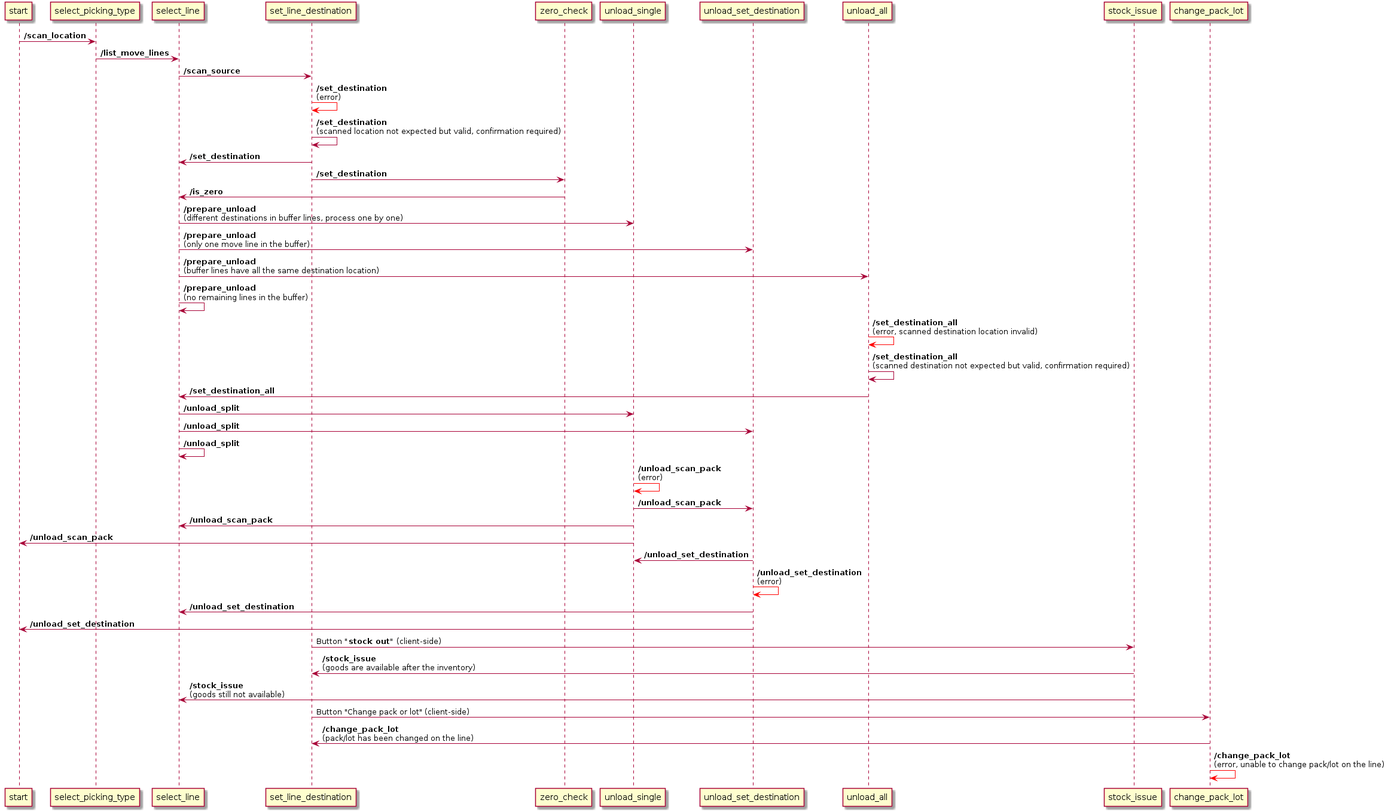
Earlier version of the PlantUML export shopfloor/docs/zone_picking_diag_seq.png (camptocamp/wms).
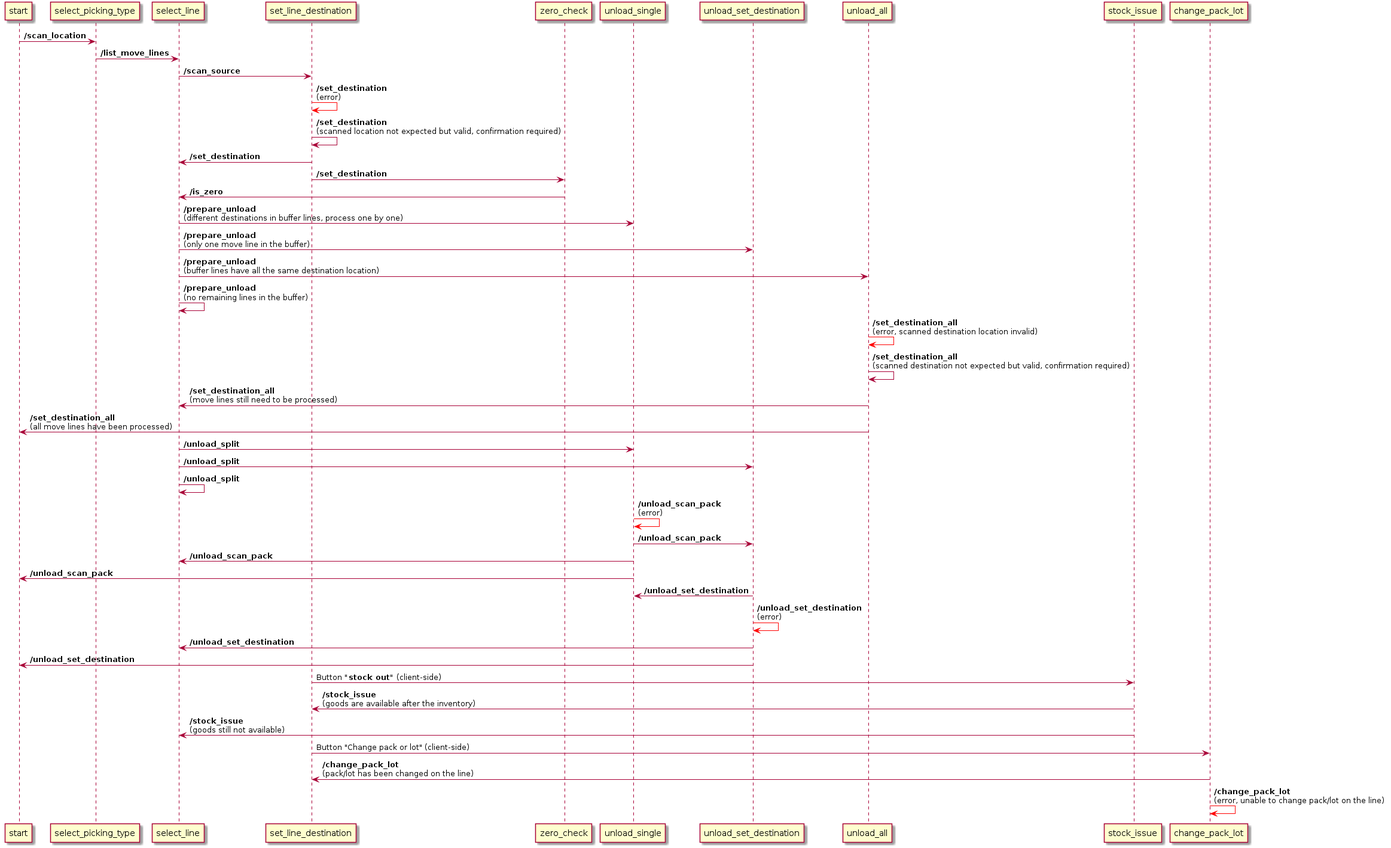
The same diagram one commit later.

Commit message:
fixup! [DOC] shopfloor: zone_picking sequence diagram

Change to the diagram source:
```diff
@@ -14,7 +14,8 @@
 select_line -> select_line: **/prepare_unload** \n(no remaining lines in the buffer)
 unload_all -[#red]> unload_all: **/set_destination_all** \n(error, scanned destination location invalid)
 unload_all -> unload_all: **/set_destination_all** \n(scanned destination not expected but valid, confirmation required)
-unload_all -> select_line: **/set_destination_all**
+unload_all -> select_line: **/set_destination_all** \n(move lines still need to be processed)
+unload_all -> start: **/set_destination_all** \n(all move lines have been processed)
 select_line -> unload_single: **/unload_split**
 select_line -> unload_set_destination: **/unload_split**
 select_line -> select_line: **/unload_split**
```
